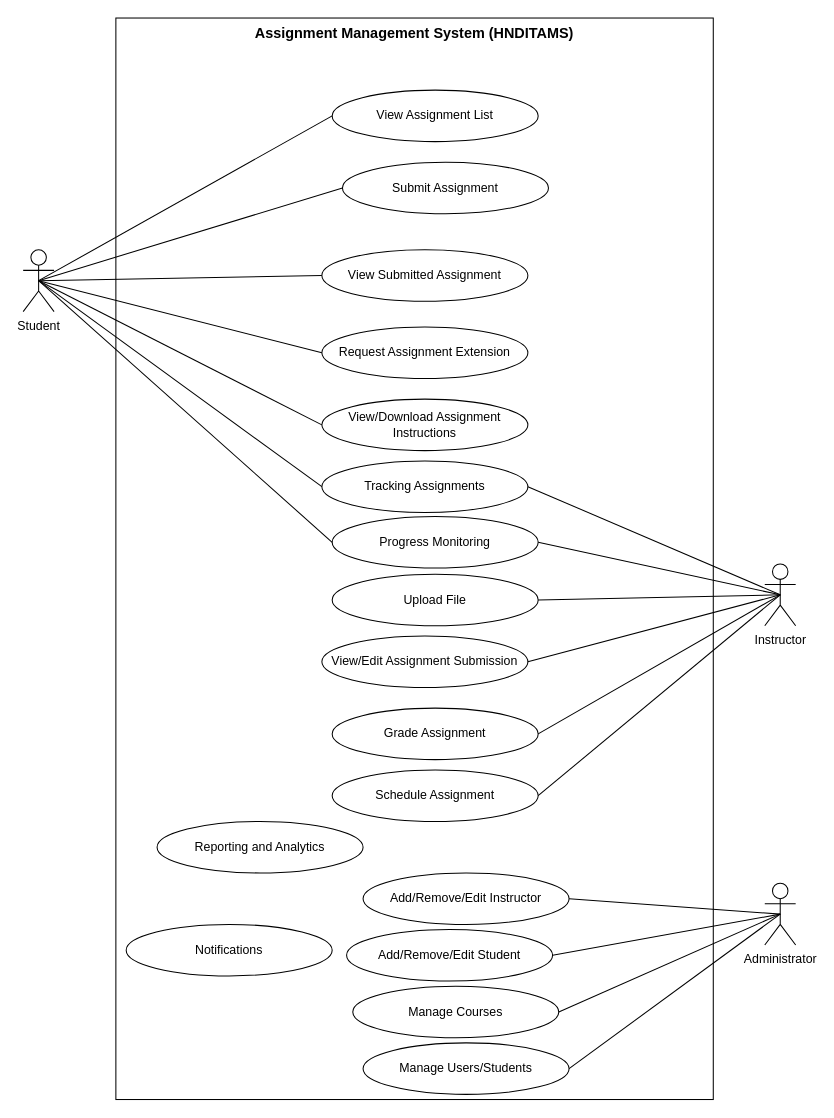
This is docs/use-case.drawio from pasindu-dil/hndit-ams, a draw.io file, before an edit. Source tidied: cells renumbered, new cells numbered last; positions are measured from the earlier drawing's top-left corner, leaving out a move shared by most shapes. Both pictures are drawn from the tidied source at 103%, with x=0, y=0 at pixel (23, 18).
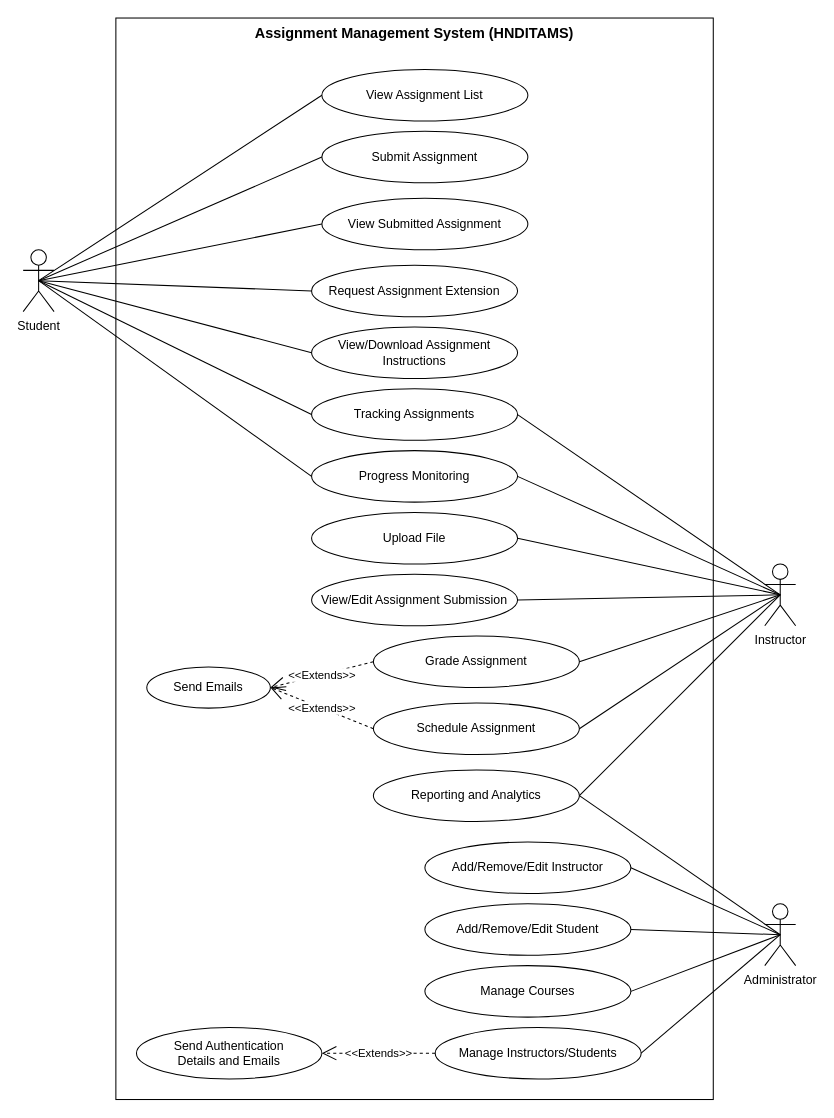
After the change.

Commit message:
Modify usecase digram.

Unchanged cells that the change refers to:
```xml
<mxCell id="6" value="Instructor" style="shape=umlActor;verticalLabelPosition=bottom;verticalAlign=top;html=1;outlineConnect=0;" parent="1" vertex="1">
  <mxGeometry x="720" y="530" width="30" height="60" as="geometry" />
</mxCell>
```

Diff of the diagram source:
```diff
@@
     <mxCell id="5" value="Administrator" style="shape=umlActor;verticalLabelPosition=bottom;verticalAlign=top;html=1;outlineConnect=0;" parent="1" vertex="1">
-      <mxGeometry x="720" y="840" width="30" height="60" as="geometry" />
+      <mxGeometry x="720" y="860" width="30" height="60" as="geometry" />
     </mxCell>
@@
     <mxCell id="7" value="View Assignment List" style="ellipse;whiteSpace=wrap;html=1;" parent="1" vertex="1">
-      <mxGeometry x="300" y="70" width="200" height="50" as="geometry" />
+      <mxGeometry x="290" y="50" width="200" height="50" as="geometry" />
     </mxCell>
     <mxCell id="8" value="Submit Assignment" style="ellipse;whiteSpace=wrap;html=1;" parent="1" vertex="1">
-      <mxGeometry x="310" y="140" width="200" height="50" as="geometry" />
+      <mxGeometry x="290" y="110" width="200" height="50" as="geometry" />
     </mxCell>
     <mxCell id="9" value="View Submitted Assignment" style="ellipse;whiteSpace=wrap;html=1;" parent="1" vertex="1">
-      <mxGeometry x="290" y="225" width="200" height="50" as="geometry" />
+      <mxGeometry x="290" y="175" width="200" height="50" as="geometry" />
     </mxCell>
     <mxCell id="10" value="Request Assignment Extension" style="ellipse;whiteSpace=wrap;html=1;" parent="1" vertex="1">
-      <mxGeometry x="290" y="300" width="200" height="50" as="geometry" />
+      <mxGeometry x="280" y="240" width="200" height="50" as="geometry" />
     </mxCell>
     <mxCell id="11" value="View/Download Assignment Instructions" style="ellipse;whiteSpace=wrap;html=1;" parent="1" vertex="1">
-      <mxGeometry x="290" y="370" width="200" height="50" as="geometry" />
+      <mxGeometry x="280" y="300" width="200" height="50" as="geometry" />
     </mxCell>
     <mxCell id="12" value="Upload File" style="ellipse;whiteSpace=wrap;html=1;" parent="1" vertex="1">
-      <mxGeometry x="300" y="540" width="200" height="50" as="geometry" />
+      <mxGeometry x="280" y="480" width="200" height="50" as="geometry" />
     </mxCell>
     <mxCell id="13" value="View/Edit Assignment Submission" style="ellipse;whiteSpace=wrap;html=1;" parent="1" vertex="1">
-      <mxGeometry x="290" y="600" width="200" height="50" as="geometry" />
+      <mxGeometry x="280" y="540" width="200" height="50" as="geometry" />
     </mxCell>
     <mxCell id="14" value="Grade Assignment" style="ellipse;whiteSpace=wrap;html=1;" parent="1" vertex="1">
-      <mxGeometry x="300" y="670" width="200" height="50" as="geometry" />
+      <mxGeometry x="340" y="600" width="200" height="50" as="geometry" />
     </mxCell>
     <mxCell id="15" value="Add/Remove/Edit Instructor" style="ellipse;whiteSpace=wrap;html=1;" parent="1" vertex="1">
-      <mxGeometry x="330" y="830" width="200" height="50" as="geometry" />
+      <mxGeometry x="390" y="800" width="200" height="50" as="geometry" />
     </mxCell>
     <mxCell id="16" value="Add/Remove/Edit Student" style="ellipse;whiteSpace=wrap;html=1;" parent="1" vertex="1">
-      <mxGeometry x="314" y="885" width="200" height="50" as="geometry" />
+      <mxGeometry x="390" y="860" width="200" height="50" as="geometry" />
     </mxCell>
@@
     <mxCell id="27" value="Schedule Assignment" style="ellipse;whiteSpace=wrap;html=1;" parent="1" vertex="1">
-      <mxGeometry x="300" y="730" width="200" height="50" as="geometry" />
+      <mxGeometry x="340" y="665" width="200" height="50" as="geometry" />
     </mxCell>
@@
     <mxCell id="29" value="Progress Monitoring" style="ellipse;whiteSpace=wrap;html=1;" parent="1" vertex="1">
-      <mxGeometry x="300" y="484" width="200" height="50" as="geometry" />
+      <mxGeometry x="280" y="420" width="200" height="50" as="geometry" />
     </mxCell>
@@
     <mxCell id="32" value="Tracking Assignments" style="ellipse;whiteSpace=wrap;html=1;" parent="1" vertex="1">
-      <mxGeometry x="290" y="430" width="200" height="50" as="geometry" />
+      <mxGeometry x="280" y="360" width="200" height="50" as="geometry" />
     </mxCell>
@@
     <mxCell id="35" value="Manage Courses" style="ellipse;whiteSpace=wrap;html=1;" parent="1" vertex="1">
-      <mxGeometry x="320" y="940" width="200" height="50" as="geometry" />
+      <mxGeometry x="390" y="920" width="200" height="50" as="geometry" />
     </mxCell>
@@
     <mxCell id="37" value="Reporting and Analytics" style="ellipse;whiteSpace=wrap;html=1;" parent="1" vertex="1">
-      <mxGeometry x="130" y="780" width="200" height="50" as="geometry" />
+      <mxGeometry x="340" y="730" width="200" height="50" as="geometry" />
     </mxCell>
-    <mxCell id="38" value="Notifications" style="ellipse;whiteSpace=wrap;html=1;" parent="1" vertex="1">
-      <mxGeometry x="100" y="880" width="200" height="50" as="geometry" />
+    <mxCell id="38" value="Send Authentication&lt;br&gt;Details and Emails" style="ellipse;whiteSpace=wrap;html=1;" parent="1" vertex="1">
+      <mxGeometry x="110" y="980" width="180" height="50" as="geometry" />
     </mxCell>
-    <mxCell id="39" value="Manage Users/Students" style="ellipse;whiteSpace=wrap;html=1;" parent="1" vertex="1">
-      <mxGeometry x="330" y="995" width="200" height="50" as="geometry" />
+    <mxCell id="39" value="Manage Instructors/Students" style="ellipse;whiteSpace=wrap;html=1;" parent="1" vertex="1">
+      <mxGeometry x="400" y="980" width="200" height="50" as="geometry" />
     </mxCell>
@@
+    <mxCell id="41" value="&amp;lt;&amp;lt;Extends&amp;gt;&amp;gt;" style="endArrow=open;endSize=12;dashed=1;html=1;rounded=0;entryX=1;entryY=0.5;entryDx=0;entryDy=0;exitX=0;exitY=0.5;exitDx=0;exitDy=0;" parent="1" edge="1" source="39" target="38">
+      <mxGeometry relative="1" as="geometry" />
+    </mxCell>
+    <mxCell id="42" value="Send Emails" style="ellipse;whiteSpace=wrap;html=1;" parent="1" vertex="1">
+      <mxGeometry x="120" y="630" width="120" height="40" as="geometry" />
+    </mxCell>
+    <mxCell id="43" value="&amp;lt;&amp;lt;Extends&amp;gt;&amp;gt;" style="endArrow=open;endSize=12;dashed=1;html=1;rounded=0;exitX=0;exitY=0.5;exitDx=0;exitDy=0;entryX=1;entryY=0.5;entryDx=0;entryDy=0;" parent="1" edge="1" source="27" target="42">
+      <mxGeometry relative="1" as="geometry" />
+    </mxCell>
+    <mxCell id="44" value="&amp;lt;&amp;lt;Extends&amp;gt;&amp;gt;" style="endArrow=open;endSize=12;dashed=1;html=1;rounded=0;exitX=0;exitY=0.5;exitDx=0;exitDy=0;entryX=1;entryY=0.5;entryDx=0;entryDy=0;" parent="1" edge="1" source="14" target="42">
+      <mxGeometry relative="1" as="geometry" />
+    </mxCell>
+    <mxCell id="45" style="endArrow=none;html=1;rounded=0;exitX=1;exitY=0.5;exitDx=0;exitDy=0;entryX=0.5;entryY=0.5;entryDx=0;entryDy=0;entryPerimeter=0;" parent="1" edge="1" source="37" target="6">
+      <mxGeometry relative="1" as="geometry" />
+    </mxCell>
+    <mxCell id="46" style="endArrow=none;html=1;rounded=0;entryX=0.5;entryY=0.5;entryDx=0;entryDy=0;entryPerimeter=0;exitX=1;exitY=0.5;exitDx=0;exitDy=0;" parent="1" edge="1" source="37" target="5">
+      <mxGeometry relative="1" as="geometry" />
+    </mxCell>
```
